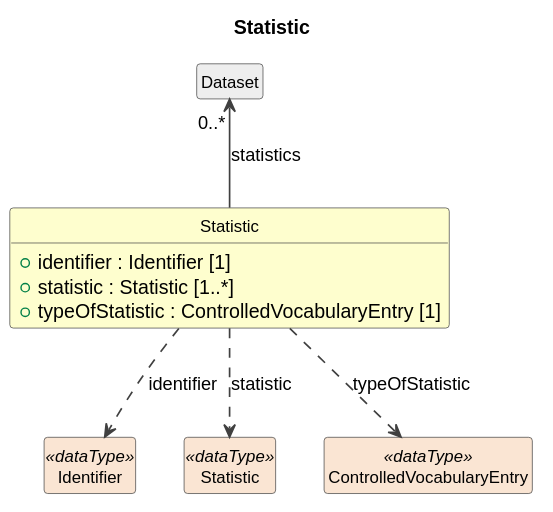
Earlier version of the PlantUML export build/plantuml/cdifDataStructure/Classes/Statistic.svg (Cross-Domain-Interoperability-Framework/metadataBuildingBlocks). Source of this version:
```plantuml
@startuml
title Statistic
hide circle
hide empty members
skinparam shadowing false
skinparam ArrowThickness 1.2
skinparam class {
  ArrowColor #404040
  BorderColor #404040
  FontSize 12
}

class "Statistic" as Statistic #FEFECE {
  +identifier : Identifier [1]
  +statistic : Statistic [1..*]
  +typeOfStatistic : ControlledVocabularyEntry [1]
}
class "Dataset" as Dataset #EEEEEE
Dataset "0..*" <-- Statistic : statistics
class "Identifier" as Identifier <<dataType>> #FAE5D3
Statistic ..> Identifier : identifier
class "Statistic" as Statistic_x <<dataType>> #FAE5D3
Statistic ..> Statistic_x : statistic
class "ControlledVocabularyEntry" as ControlledVocabularyEntry <<dataType>> #FAE5D3
Statistic ..> ControlledVocabularyEntry : typeOfStatistic
@enduml
```
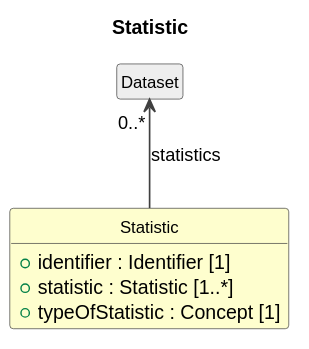
After the change.

What changed in the source:
```diff
@@ -13,14 +13,8 @@
 class "Statistic" as Statistic #FEFECE {
   +identifier : Identifier [1]
   +statistic : Statistic [1..*]
-  +typeOfStatistic : ControlledVocabularyEntry [1]
+  +typeOfStatistic : Concept [1]
 }
 class "Dataset" as Dataset #EEEEEE
 Dataset "0..*" <-- Statistic : statistics
-class "Identifier" as Identifier <<dataType>> #FAE5D3
-Statistic ..> Identifier : identifier
-class "Statistic" as Statistic_x <<dataType>> #FAE5D3
-Statistic ..> Statistic_x : statistic
-class "ControlledVocabularyEntry" as ControlledVocabularyEntry <<dataType>> #FAE5D3
-Statistic ..> ControlledVocabularyEntry : typeOfStatistic
 @enduml
```
